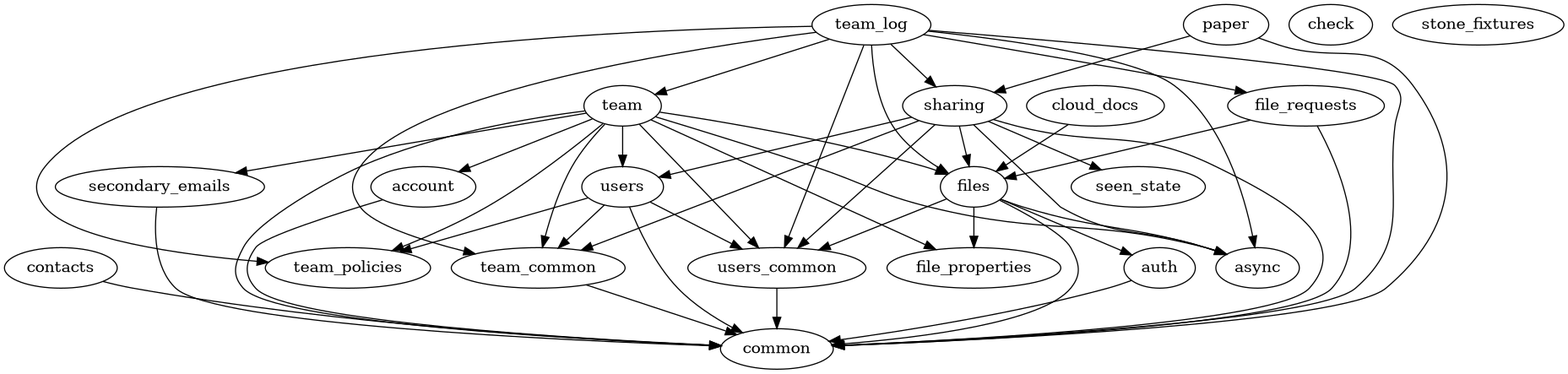
Earlier version of the Graphviz export namespaces.dot.png (dropbox/dropbox-sdk-rust). Its source is kept beside it as namespaces.dot.
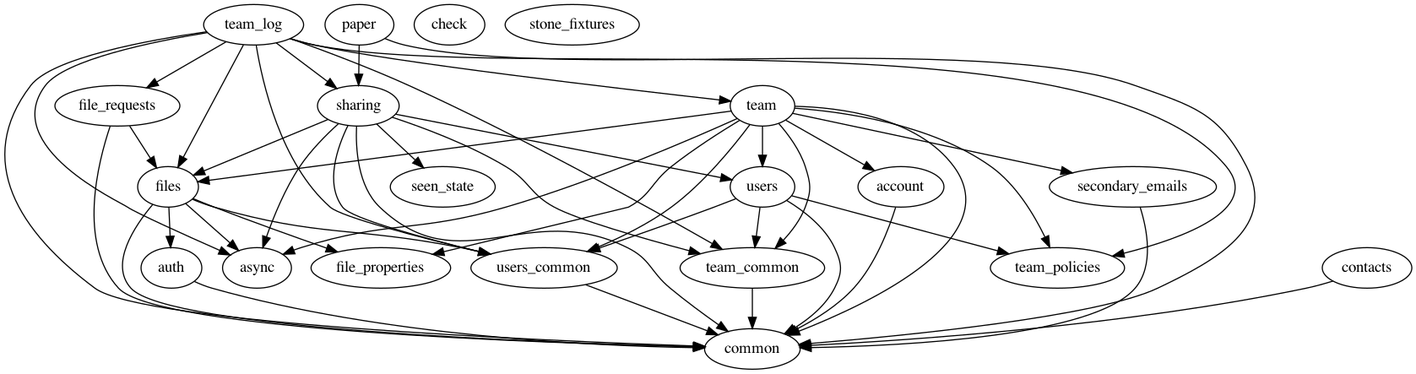
Later version of the same file.

What changed in the source:
```diff
@@ -3,7 +3,6 @@
     async;
     auth -> { common };
     check;
-    cloud_docs -> { files };
     common;
     contacts -> { common };
     file_properties;
```
